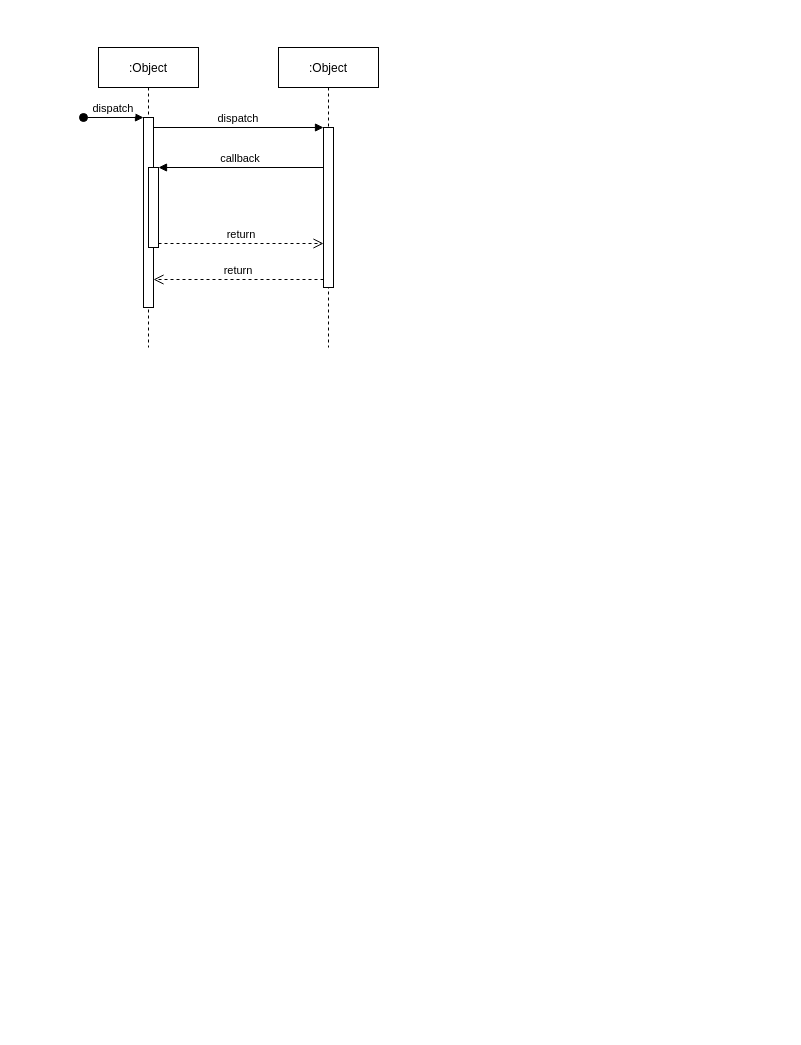
Before: MyTestDiagram.drawio in mhantl/simpleweb, a draw.io diagram. Source tidied: cells renumbered, new cells numbered last; positions are measured from the earlier drawing's top-left corner, leaving out a move shared by most shapes. Both pictures are drawn from the tidied source at 100%, with x=0, y=0 at pixel (83, 47). Pictures stored in the file or linked from it are replaced by grey dashed boxes.
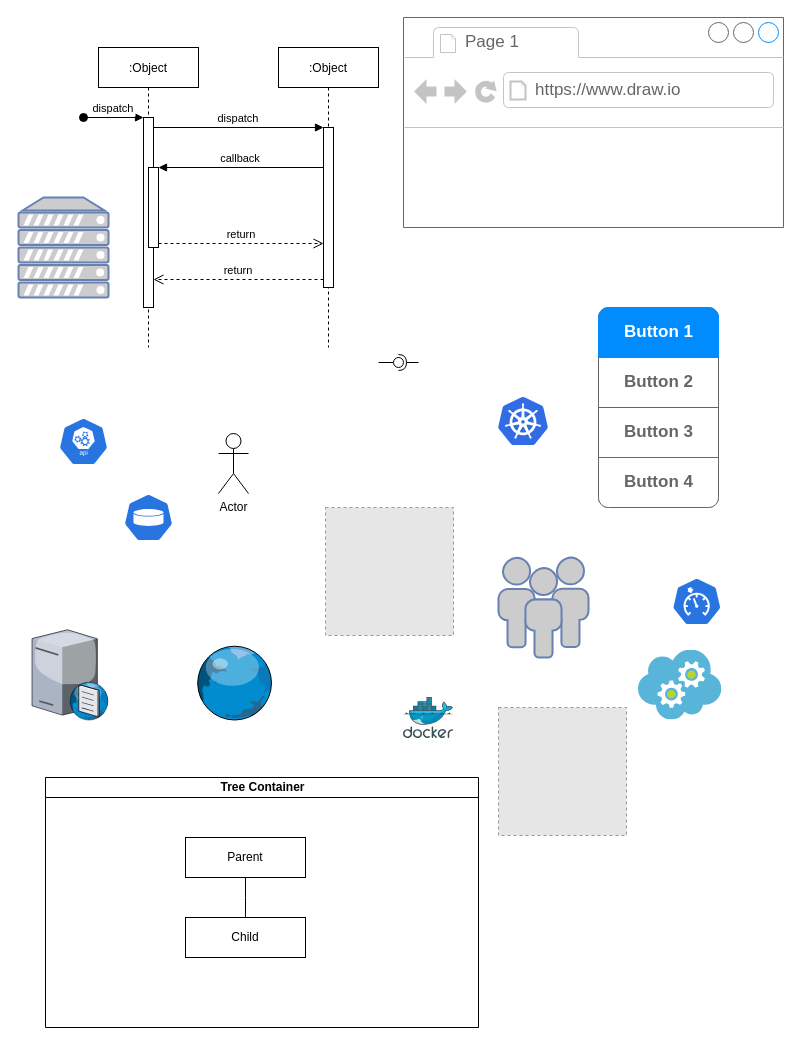
The same page after the edit.

Change to the diagram source:
```diff
@@
+    <mxCell id="12" style="html=1;dashed=0;whitespace=wrap;fillColor=#2875E2;strokeColor=#ffffff;shape=mxgraph.kubernetes.icon;prIcon=api;" parent="1" vertex="1">
+      <mxGeometry x="-25" y="370" width="50" height="48" as="geometry" />
+    </mxCell>
+    <mxCell id="13" style="html=1;dashed=0;whitespace=wrap;fillColor=#2875E2;strokeColor=#ffffff;shape=mxgraph.kubernetes.icon;prIcon=vol;" parent="1" vertex="1">
+      <mxGeometry x="40" y="446" width="50" height="48" as="geometry" />
+    </mxCell>
+    <mxCell id="14" style="strokeWidth=1;shadow=0;dashed=0;align=center;html=1;shape=mxgraph.mockup.rrect;rSize=10;strokeColor=#666666;" parent="1" vertex="1">
+      <mxGeometry x="515" y="260" width="120" height="200" as="geometry" />
+    </mxCell>
+    <mxCell id="15" value="Button 2" style="strokeColor=inherit;fillColor=inherit;gradientColor=inherit;strokeWidth=1;shadow=0;dashed=0;align=center;html=1;shape=mxgraph.mockup.rrect;rSize=0;fontSize=17;fontColor=#666666;fontStyle=1;" parent="14" vertex="1">
+      <mxGeometry width="120" height="50" relative="1" as="geometry">
+        <mxPoint y="50" as="offset" />
+      </mxGeometry>
+    </mxCell>
+    <mxCell id="16" value="Button 3" style="strokeColor=inherit;fillColor=inherit;gradientColor=inherit;strokeWidth=1;shadow=0;dashed=0;align=center;html=1;shape=mxgraph.mockup.rrect;rSize=0;fontSize=17;fontColor=#666666;fontStyle=1;" parent="14" vertex="1">
+      <mxGeometry width="120" height="50" relative="1" as="geometry">
+        <mxPoint y="100" as="offset" />
+      </mxGeometry>
+    </mxCell>
+    <mxCell id="17" value="Button 4" style="strokeColor=inherit;fillColor=inherit;gradientColor=inherit;strokeWidth=1;shadow=0;dashed=0;align=center;html=1;shape=mxgraph.mockup.bottomButton;rSize=10;fontSize=17;fontColor=#666666;fontStyle=1;" parent="14" vertex="1">
+      <mxGeometry y="1" width="120" height="50" relative="1" as="geometry">
+        <mxPoint y="-50" as="offset" />
+      </mxGeometry>
+    </mxCell>
+    <mxCell id="18" value="Button 1" style="strokeWidth=1;shadow=0;dashed=0;align=center;html=1;shape=mxgraph.mockup.topButton;rSize=10;fontSize=17;fontColor=#ffffff;fontStyle=1;fillColor=#008cff;strokeColor=#008cff;" parent="14" vertex="1">
+      <mxGeometry width="120" height="50" relative="1" as="geometry" />
+    </mxCell>
+    <mxCell id="19" value="Actor" style="shape=umlActor;verticalLabelPosition=bottom;verticalAlign=top;html=1;" parent="1" vertex="1">
+      <mxGeometry x="135" y="386" width="30" height="60" as="geometry" />
+    </mxCell>
+    <mxCell id="20" style="rounded=0;jettySize=auto;html=1;endArrow=none;endFill=0;" parent="1" edge="1" target="22">
+      <mxGeometry relative="1" as="geometry">
+        <mxPoint x="295" y="315" as="sourcePoint" />
+      </mxGeometry>
+    </mxCell>
+    <mxCell id="21" style="rounded=0;jettySize=auto;html=1;endArrow=halfCircle;endFill=0;entryX=0.5;entryY=0.5;entryDx=0;entryDy=0;endSize=6;strokeWidth=1;" parent="1" edge="1" target="22">
+      <mxGeometry relative="1" as="geometry">
+        <mxPoint x="335" y="315" as="sourcePoint" />
+      </mxGeometry>
+    </mxCell>
+    <mxCell id="22" style="ellipse;whiteSpace=wrap;html=1;fontFamily=Helvetica;fontSize=12;fontColor=#000000;align=center;strokeColor=#000000;fillColor=#ffffff;points=[];" parent="1" vertex="1">
+      <mxGeometry x="310" y="310" width="10" height="10" as="geometry" />
+    </mxCell>
+    <mxCell id="23" style="fontColor=#0066CC;verticalAlign=top;verticalLabelPosition=bottom;labelPosition=center;align=center;html=1;fillColor=#CCCCCC;strokeColor=#6881B3;gradientColor=none;gradientDirection=north;strokeWidth=2;shape=mxgraph.networks.server;" parent="1" vertex="1">
+      <mxGeometry x="-65" y="150" width="90" height="100" as="geometry" />
+    </mxCell>
+    <mxCell id="24" style="fontColor=#0066CC;verticalAlign=top;verticalLabelPosition=bottom;labelPosition=center;align=center;html=1;fillColor=#CCCCCC;strokeColor=#6881B3;gradientColor=none;gradientDirection=north;strokeWidth=2;shape=mxgraph.networks.users;" parent="1" vertex="1">
+      <mxGeometry x="415" y="510" width="90" height="100" as="geometry" />
+    </mxCell>
+    <mxCell id="25" style="verticalLabelPosition=bottom;html=1;verticalAlign=top;strokeColor=none;align=center;shape=mxgraph.citrix.dns_server;" parent="1" vertex="1">
+      <mxGeometry x="-51.5" y="580" width="76.5" height="92.5" as="geometry" />
+    </mxCell>
+    <mxCell id="26" style="verticalLabelPosition=bottom;html=1;verticalAlign=top;strokeColor=none;align=center;shape=mxgraph.citrix.globe;" parent="1" vertex="1">
+      <mxGeometry x="110.8" y="597.5" width="78.5" height="75" as="geometry" />
+    </mxCell>
+    <mxCell id="27" style="html=1;align=center;image;fontSize=12;image=img/lib/mscae/Cloud_Services_Classic.svg;" parent="1" vertex="1">
+      <mxGeometry x="555" y="602.5" width="83.3" height="70" as="geometry" />
+    </mxCell>
+    <mxCell id="28" style="html=1;align=center;image;fontSize=12;image=img/lib/mscae/Docker.svg;" parent="1" vertex="1">
+      <mxGeometry x="320" y="650" width="50" height="41" as="geometry" />
+    </mxCell>
+    <mxCell id="29" style="fillColor=#E6E6E6;strokeColor=#999999;dashed=1;html=1;verticalAlign=top;verticalLabelPosition=bottom;labelBackgroundColor=#ffffff;" parent="1" vertex="1">
+      <mxGeometry x="242" y="460" width="128" height="128" as="geometry" />
+    </mxCell>
+    <mxCell id="30" style="fillColor=#E6E6E6;strokeColor=#999999;dashed=1;html=1;verticalAlign=top;verticalLabelPosition=bottom;labelBackgroundColor=#ffffff;" parent="1" vertex="1">
+      <mxGeometry x="415" y="660" width="128" height="128" as="geometry" />
+    </mxCell>
+    <mxCell id="31" style="strokeWidth=1;shadow=0;dashed=0;align=center;html=1;shape=mxgraph.mockup.containers.browserWindow;rSize=0;strokeColor=#666666;strokeColor2=#008cff;strokeColor3=#c4c4c4;mainText=,;" parent="1" vertex="1">
+      <mxGeometry x="320" y="-30" width="380" height="210" as="geometry" />
+    </mxCell>
+    <mxCell id="32" value="Page 1" style="strokeWidth=1;shadow=0;dashed=0;align=center;html=1;shape=mxgraph.mockup.containers.anchor;fontSize=17;fontColor=#666666;align=left;" parent="31" vertex="1">
+      <mxGeometry x="60" y="12" width="110" height="26" as="geometry" />
+    </mxCell>
+    <mxCell id="33" value="https://www.draw.io" style="strokeWidth=1;shadow=0;dashed=0;align=center;html=1;shape=mxgraph.mockup.containers.anchor;rSize=0;fontSize=17;fontColor=#666666;align=left;" parent="31" vertex="1">
+      <mxGeometry x="130" y="60" width="250" height="26" as="geometry" />
+    </mxCell>
+    <mxCell id="34" value="Tree Container" style="swimlane;html=1;startSize=20;horizontal=1;containerType=tree;" parent="1" vertex="1">
+      <mxGeometry x="-38" y="730" width="433" height="250" as="geometry" />
+    </mxCell>
+    <mxCell id="35" style="edgeStyle=elbowEdgeStyle;elbow=vertical;startArrow=none;endArrow=none;rounded=0;" parent="34" edge="1" source="36" target="37">
+      <mxGeometry relative="1" as="geometry" />
+    </mxCell>
+    <mxCell id="36" value="Parent" style="whiteSpace=wrap;html=1;newEdgeStyle={&quot;edgeStyle&quot;:&quot;elbowEdgeStyle&quot;,&quot;startArrow&quot;:&quot;none&quot;,&quot;endArrow&quot;:&quot;none&quot;};" parent="34" vertex="1">
+      <mxGeometry x="140" y="60" width="120" height="40" as="geometry" />
+    </mxCell>
+    <mxCell id="37" value="Child" style="whiteSpace=wrap;html=1;newEdgeStyle={&quot;edgeStyle&quot;:&quot;elbowEdgeStyle&quot;,&quot;startArrow&quot;:&quot;none&quot;,&quot;endArrow&quot;:&quot;none&quot;};" parent="34" vertex="1">
+      <mxGeometry x="140" y="140" width="120" height="40" as="geometry" />
+    </mxCell>
+    <mxCell id="38" style="html=1;align=center;image;fontSize=12;image=img/lib/mscae/Kubernetes.svg;" parent="1" vertex="1">
+      <mxGeometry x="415" y="350" width="50" height="48" as="geometry" />
+    </mxCell>
+    <mxCell id="39" style="html=1;dashed=0;whitespace=wrap;fillColor=#2875E2;strokeColor=#ffffff;shape=mxgraph.kubernetes.icon;prIcon=quota;" parent="1" vertex="1">
+      <mxGeometry x="588.3" y="530" width="50" height="48" as="geometry" />
+    </mxCell>
```
